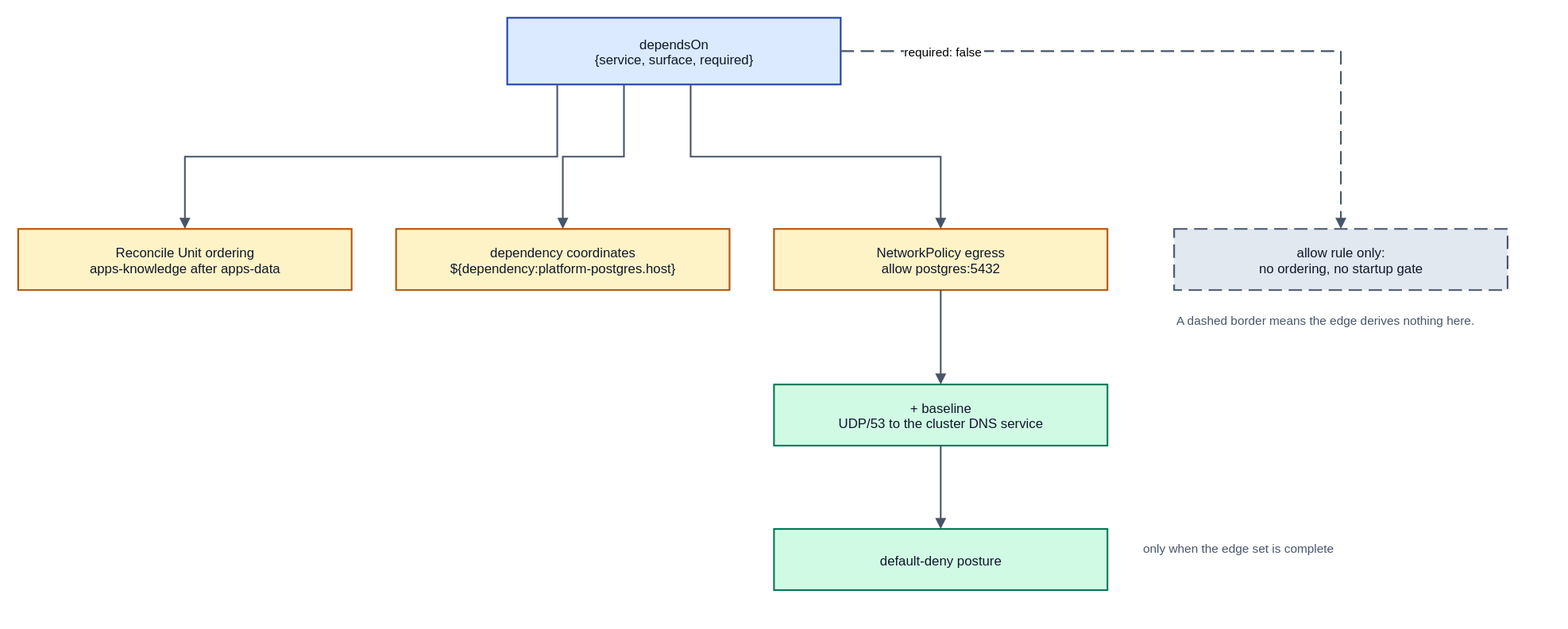
JorisJonkers-dev/deploy-kit keeps this draw.io diagram as spec/v1/diagrams/16-edge-derives.drawio.svg. Above is the earlier version. Source tidied: cells renumbered, new cells last; positions are measured from the earlier drawing's top-left corner, leaving out a move shared by most shapes.
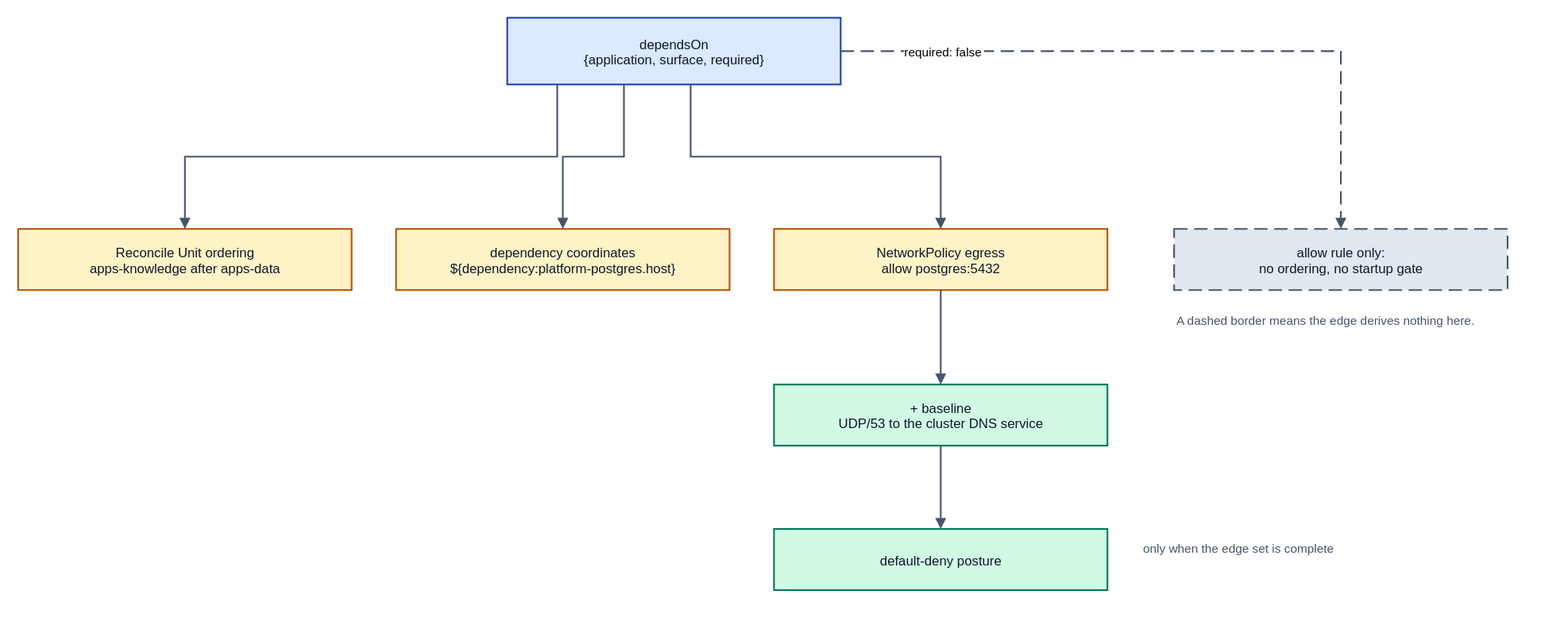
The same diagram one commit later.

The edit, as a diff of the source:
```diff
@@ -2,7 +2,7 @@
   <root>
     <mxCell id="0" />
     <mxCell id="1" parent="0" />
-    <mxCell id="2" value="dependsOn&#10;{service, surface, required}" style="rounded=0;whiteSpace=nowrap;html=0;align=center;verticalAlign=middle;fillColor=#dbeafe;strokeColor=#1e40af;strokeWidth=1.5;fontFamily=Helvetica;fontSize=12;fontColor=#0f172a;" parent="1" vertex="1">
+    <mxCell id="2" value="dependsOn&#10;{application, surface, required}" style="rounded=0;whiteSpace=nowrap;html=0;align=center;verticalAlign=middle;fillColor=#dbeafe;strokeColor=#1e40af;strokeWidth=1.5;fontFamily=Helvetica;fontSize=12;fontColor=#0f172a;" parent="1" vertex="1">
       <mxGeometry x="440" width="300" height="60" as="geometry" />
     </mxCell>
     <mxCell id="3" value="Reconcile Unit ordering&#10;apps-knowledge after apps-data" style="rounded=0;whiteSpace=nowrap;html=0;align=center;verticalAlign=middle;fillColor=#fef3c7;strokeColor=#b45309;strokeWidth=1.5;fontFamily=Helvetica;fontSize=12;fontColor=#0f172a;" parent="1" vertex="1">
```
